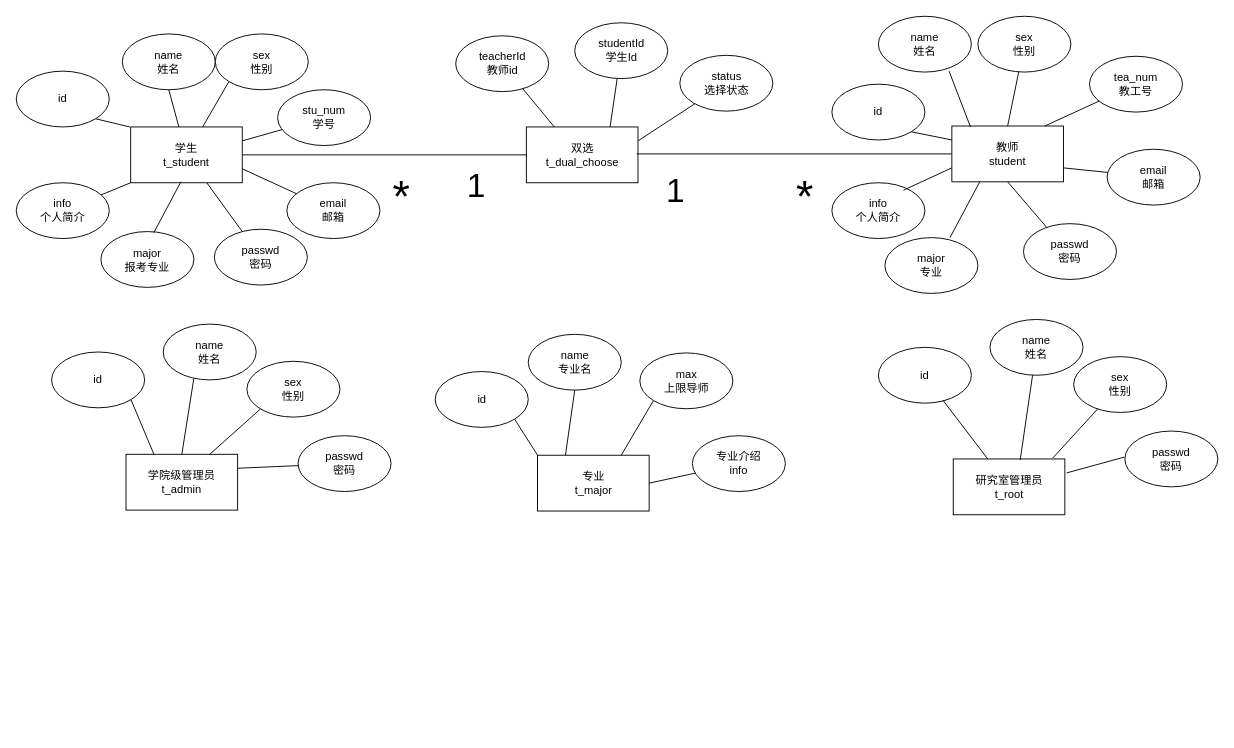
The draw.io diagram doc/graph/ER图.drawio in SteveYuOWO/psds-system, before the edit. Source tidied: cells renumbered, new cells numbered last; positions are measured from the earlier drawing's top-left corner, leaving out a move shared by most shapes. Both pictures are drawn from the tidied source at 93%, with x=0, y=0 at pixel (16, 16).
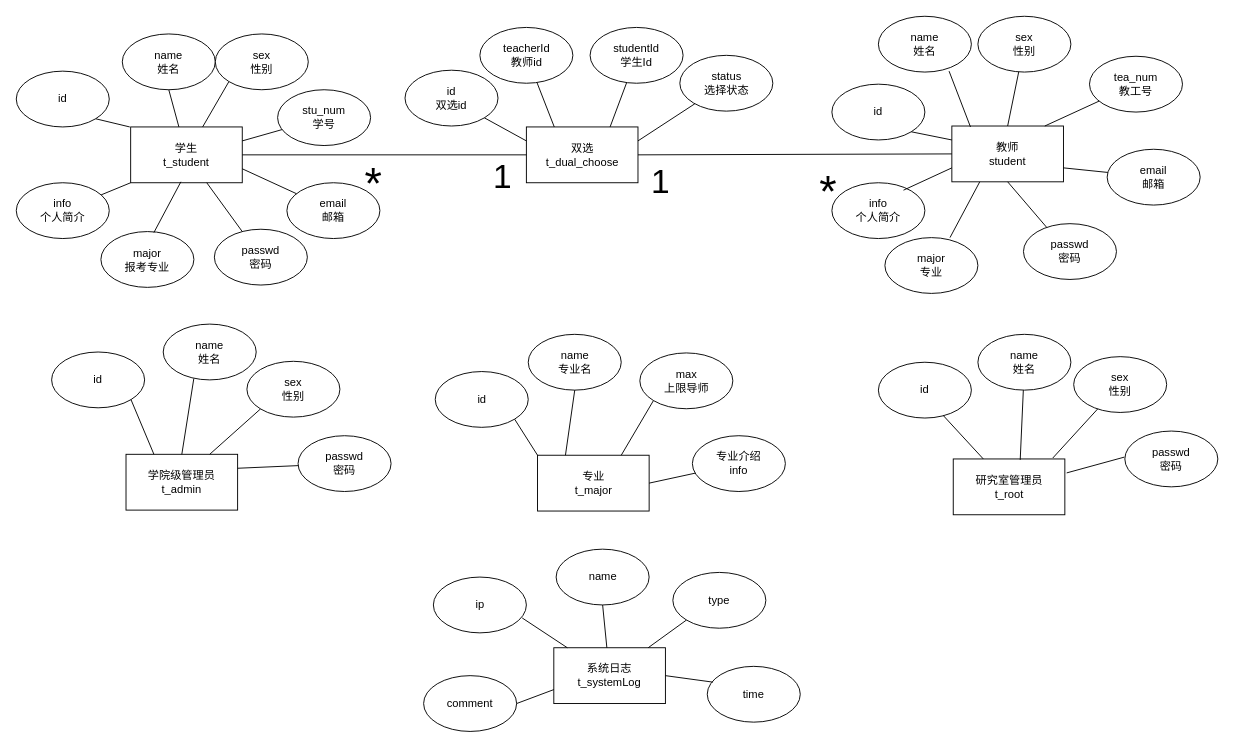
The same page after the edit.

The change refers to these unchanged cells:
```xml
<mxCell id="2" value="学生&lt;br&gt;t_student" style="rounded=0;whiteSpace=wrap;html=1;fillColor=#FFFFFF;fontColor=#000000;" parent="1" vertex="1">
  <mxGeometry x="123" y="119" width="120" height="60" as="geometry" />
</mxCell>
<mxCell id="3" value="教师&lt;br&gt;student" style="rounded=0;whiteSpace=wrap;html=1;fillColor=#FFFFFF;fontColor=#000000;" parent="1" vertex="1">
  <mxGeometry x="1006" y="118" width="120" height="60" as="geometry" />
</mxCell>
<mxCell id="54" value="双选&lt;br&gt;t_dual_choose" style="rounded=0;whiteSpace=wrap;html=1;fillColor=#FFFFFF;fontColor=#000000;" parent="1" vertex="1">
  <mxGeometry x="548.5" y="119" width="120" height="60" as="geometry" />
</mxCell>
```

What changed in the source:
```diff
@@
     <mxCell id="55" value="teacherId&lt;br&gt;教师id" style="ellipse;whiteSpace=wrap;html=1;fillColor=#FFFFFF;fontColor=#000000;" parent="1" vertex="1">
-      <mxGeometry x="472.5" y="21" width="100" height="60" as="geometry" />
+      <mxGeometry x="498.5" y="12" width="100" height="60" as="geometry" />
     </mxCell>
     <mxCell id="56" value="studentId&lt;br&gt;学生Id" style="ellipse;whiteSpace=wrap;html=1;fillColor=#FFFFFF;fontColor=#000000;" parent="1" vertex="1">
-      <mxGeometry x="600.5" y="7" width="100" height="60" as="geometry" />
+      <mxGeometry x="617" y="12" width="100" height="60" as="geometry" />
     </mxCell>
@@
     <mxCell id="62" value="id" style="ellipse;whiteSpace=wrap;html=1;fillColor=#FFFFFF;fontColor=#000000;" parent="1" vertex="1">
-      <mxGeometry x="927" y="356" width="100" height="60" as="geometry" />
+      <mxGeometry x="927" y="372" width="100" height="60" as="geometry" />
     </mxCell>
     <mxCell id="63" value="name&lt;br&gt;姓名" style="ellipse;whiteSpace=wrap;html=1;fillColor=#FFFFFF;fontColor=#000000;" parent="1" vertex="1">
-      <mxGeometry x="1047" y="326" width="100" height="60" as="geometry" />
+      <mxGeometry x="1034" y="342" width="100" height="60" as="geometry" />
     </mxCell>
@@
-    <mxCell id="70" style="endArrow=none;html=1;fillColor=#FFFFFF;exitX=1;exitY=0.5;exitDx=0;exitDy=0;" parent="1" edge="1" source="2">
-      <mxGeometry relative="1" as="geometry">
-        <mxPoint x="549" y="149" as="targetPoint" />
-      </mxGeometry>
+    <mxCell id="70" style="endArrow=none;html=1;fillColor=#FFFFFF;exitX=1;exitY=0.5;exitDx=0;exitDy=0;entryX=0;entryY=0.5;entryDx=0;entryDy=0;" parent="1" edge="1" source="2" target="54">
+      <mxGeometry relative="1" as="geometry" />
     </mxCell>
-    <mxCell id="71" style="endArrow=none;html=1;fillColor=#FFFFFF;entryX=0;entryY=0.5;entryDx=0;entryDy=0;" parent="1" edge="1" target="3">
-      <mxGeometry relative="1" as="geometry">
-        <mxPoint x="667" y="148" as="sourcePoint" />
-      </mxGeometry>
+    <mxCell id="71" style="endArrow=none;html=1;fillColor=#FFFFFF;entryX=0;entryY=0.5;entryDx=0;entryDy=0;exitX=1;exitY=0.5;exitDx=0;exitDy=0;" parent="1" edge="1" source="54" target="3">
+      <mxGeometry relative="1" as="geometry" />
     </mxCell>
     <mxCell id="72" value="&lt;font style=&quot;font-size: 48px&quot;&gt;*&lt;/font&gt;" style="text;html=1;align=left;verticalAlign=top;spacingTop=-4;" parent="1" vertex="1">
-      <mxGeometry x="403" y="163" width="30" height="30" as="geometry" />
+      <mxGeometry x="373" y="149" width="30" height="30" as="geometry" />
     </mxCell>
     <mxCell id="73" value="&lt;font style=&quot;font-size: 48px&quot;&gt;*&lt;/font&gt;" style="text;html=1;align=left;verticalAlign=top;spacingTop=-4;" parent="1" vertex="1">
-      <mxGeometry x="837" y="163" width="30" height="30" as="geometry" />
+      <mxGeometry x="862" y="158" width="30" height="30" as="geometry" />
     </mxCell>
     <mxCell id="74" value="&lt;font style=&quot;font-size: 36px&quot;&gt;1&lt;/font&gt;" style="text;html=1;align=left;verticalAlign=top;spacingTop=-4;" parent="1" vertex="1">
-      <mxGeometry x="697" y="163" width="40" height="20" as="geometry" />
+      <mxGeometry x="680.5" y="153" width="40" height="20" as="geometry" />
     </mxCell>
     <mxCell id="75" value="&lt;font style=&quot;font-size: 36px&quot;&gt;1&lt;/font&gt;" style="text;html=1;align=left;verticalAlign=top;spacingTop=-4;" parent="1" vertex="1">
-      <mxGeometry x="482.5" y="158" width="40" height="20" as="geometry" />
+      <mxGeometry x="510.5" y="148" width="40" height="20" as="geometry" />
     </mxCell>
+    <mxCell id="76" value="id&lt;br&gt;双选id" style="ellipse;whiteSpace=wrap;html=1;fillColor=#FFFFFF;fontColor=#000000;" parent="1" vertex="1">
+      <mxGeometry x="418" y="58" width="100" height="60" as="geometry" />
+    </mxCell>
+    <mxCell id="77" style="endArrow=none;html=1;exitX=0;exitY=0.25;exitDx=0;exitDy=0;fontColor=#000000;fillColor=#FFFFFF;entryX=1;entryY=1;entryDx=0;entryDy=0;" parent="1" edge="1" source="54" target="76">
+      <mxGeometry relative="1" as="geometry" />
+    </mxCell>
+    <mxCell id="78" value="系统日志&lt;br&gt;t_systemLog" style="rounded=0;whiteSpace=wrap;html=1;fillColor=#FFFFFF;fontColor=#000000;" parent="1" vertex="1">
+      <mxGeometry x="578" y="679" width="120" height="60" as="geometry" />
+    </mxCell>
+    <mxCell id="79" value="ip" style="ellipse;whiteSpace=wrap;html=1;fillColor=#FFFFFF;fontColor=#000000;" parent="1" vertex="1">
+      <mxGeometry x="448.5" y="603" width="100" height="60" as="geometry" />
+    </mxCell>
+    <mxCell id="80" value="name" style="ellipse;whiteSpace=wrap;html=1;fillColor=#FFFFFF;fontColor=#000000;" parent="1" vertex="1">
+      <mxGeometry x="580.5" y="573" width="100" height="60" as="geometry" />
+    </mxCell>
+    <mxCell id="81" value="type" style="ellipse;whiteSpace=wrap;html=1;fillColor=#FFFFFF;fontColor=#000000;" parent="1" vertex="1">
+      <mxGeometry x="706" y="598" width="100" height="60" as="geometry" />
+    </mxCell>
+    <mxCell id="82" value="time" style="ellipse;whiteSpace=wrap;html=1;fillColor=#FFFFFF;fontColor=#000000;" parent="1" vertex="1">
+      <mxGeometry x="743" y="699" width="100" height="60" as="geometry" />
+    </mxCell>
+    <mxCell id="83" value="comment" style="ellipse;whiteSpace=wrap;html=1;fillColor=#FFFFFF;fontColor=#000000;" parent="1" vertex="1">
+      <mxGeometry x="438" y="709" width="100" height="60" as="geometry" />
+    </mxCell>
+    <mxCell id="84" style="endArrow=none;html=1;entryX=0.955;entryY=0.733;entryDx=0;entryDy=0;fontColor=#000000;fillColor=#FFFFFF;entryPerimeter=0;" parent="1" edge="1" source="78" target="79">
+      <mxGeometry relative="1" as="geometry" />
+    </mxCell>
+    <mxCell id="85" style="endArrow=none;html=1;entryX=1;entryY=0.5;entryDx=0;entryDy=0;fontColor=#000000;fillColor=#FFFFFF;exitX=0;exitY=0.75;exitDx=0;exitDy=0;" parent="1" edge="1" source="78" target="83">
+      <mxGeometry relative="1" as="geometry" />
+    </mxCell>
+    <mxCell id="86" style="endArrow=none;html=1;entryX=0.5;entryY=1;entryDx=0;entryDy=0;fontColor=#000000;fillColor=#FFFFFF;" parent="1" edge="1" source="78" target="80">
+      <mxGeometry relative="1" as="geometry" />
+    </mxCell>
+    <mxCell id="87" style="endArrow=none;html=1;entryX=0;entryY=1;entryDx=0;entryDy=0;fontColor=#000000;fillColor=#FFFFFF;" parent="1" edge="1" source="78" target="81">
+      <mxGeometry relative="1" as="geometry" />
+    </mxCell>
+    <mxCell id="88" style="endArrow=none;html=1;entryX=0.06;entryY=0.283;entryDx=0;entryDy=0;fontColor=#000000;fillColor=#FFFFFF;entryPerimeter=0;exitX=1;exitY=0.5;exitDx=0;exitDy=0;" parent="1" edge="1" source="78" target="82">
+      <mxGeometry relative="1" as="geometry" />
+    </mxCell>
```
